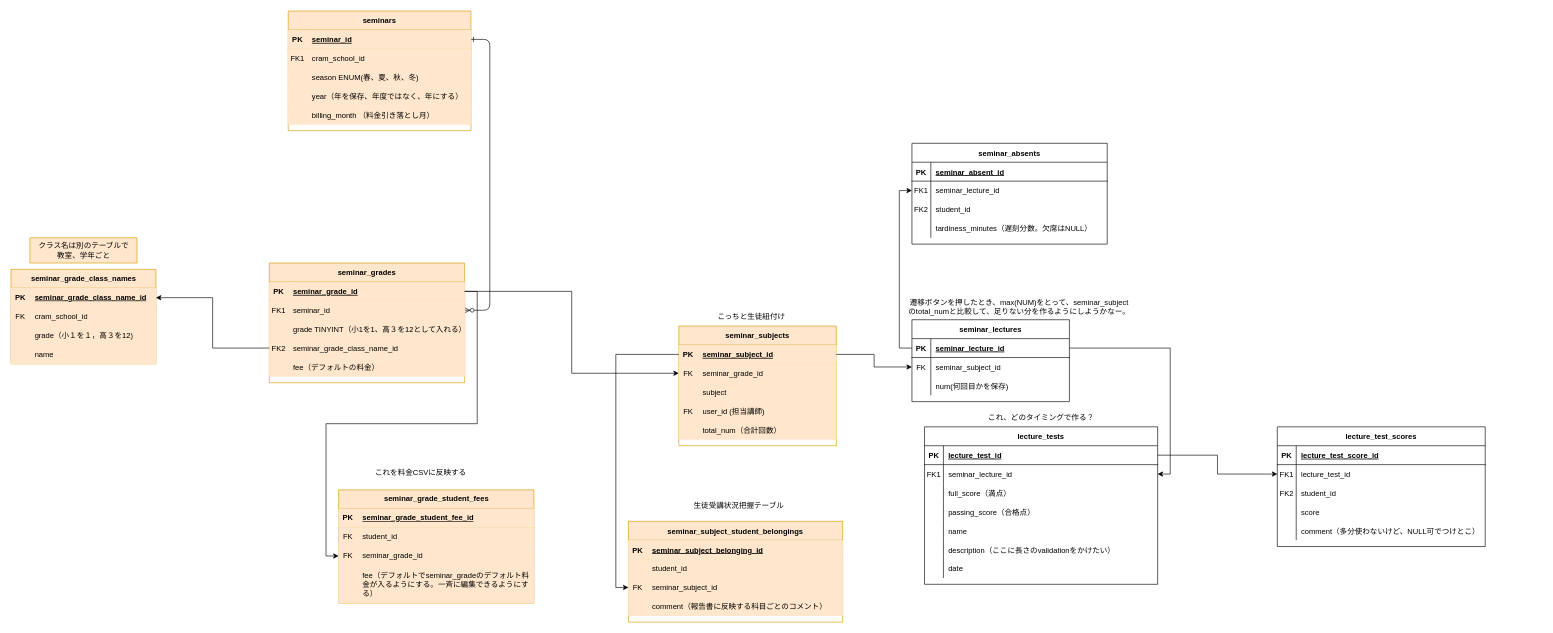
satoru817/4eachkeijiban keeps this draw.io diagram as 講習会.drawio. Above is the earlier version. Source tidied: cells renumbered, new cells numbered last; positions are measured from the earlier drawing's top-left corner, leaving out a move shared by most shapes. Both pictures are drawn from the tidied source at 63%, with x=0, y=0 at pixel (11, 11).
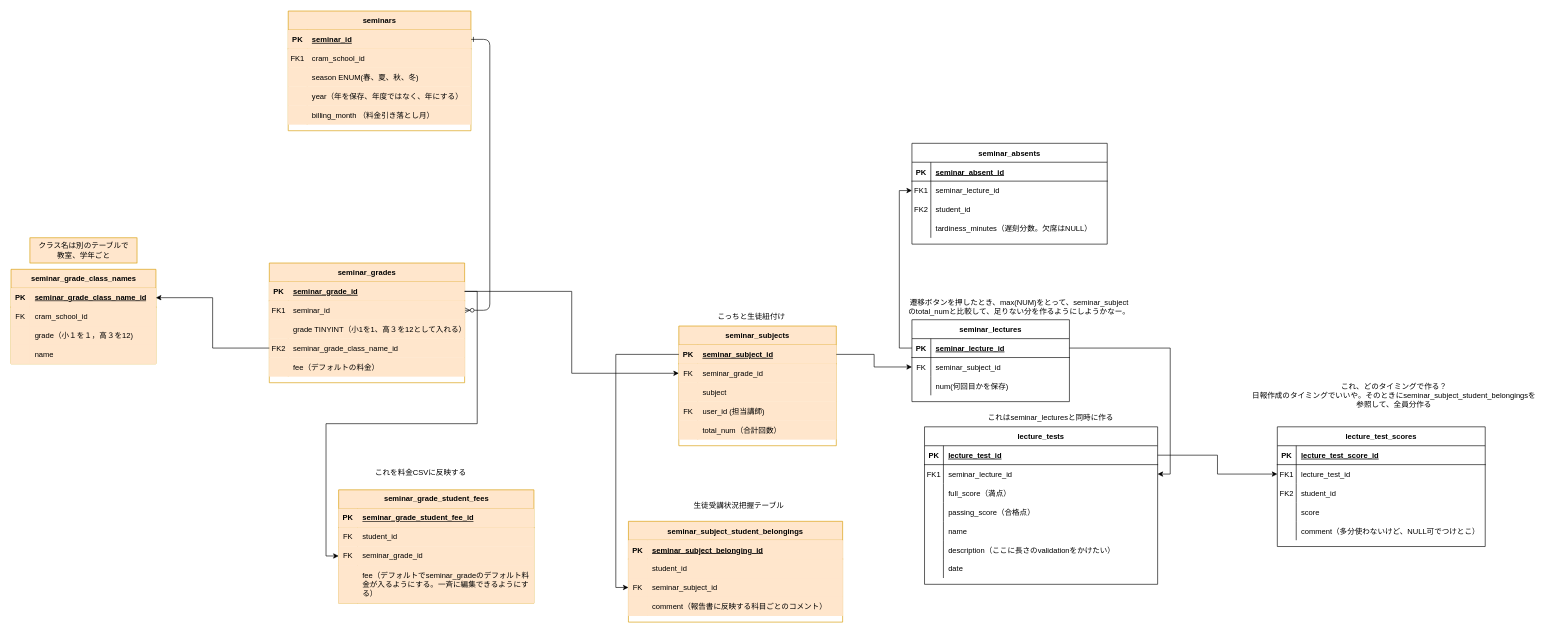
After the change.

Commit message:
講習会.drawio を更新します

Diff of the diagram source:
```diff
@@
-    <mxCell id="164" value="これ、どのタイミングで作る？" style="text;html=1;align=center;verticalAlign=middle;strokeColor=none;fillColor=none;" parent="1" vertex="1">
-      <mxGeometry x="1540" y="630" width="190" height="30" as="geometry" />
+    <mxCell id="164" value="これ、どのタイミングで作る？&lt;br&gt;日報作成のタイミングでいいや。そのときにseminar_subject_student_belongingsを&lt;br&gt;参照して、全員分作る" style="text;html=1;align=center;verticalAlign=middle;strokeColor=none;fillColor=none;" parent="1" vertex="1">
+      <mxGeometry x="1960" y="580" width="470" height="60" as="geometry" />
     </mxCell>
+    <mxCell id="165" value="これはseminar_lecturesと同時に作る" style="text;html=1;align=center;verticalAlign=middle;strokeColor=none;fillColor=none;" parent="1" vertex="1">
+      <mxGeometry x="1540" y="630" width="220" height="30" as="geometry" />
+    </mxCell>
```
